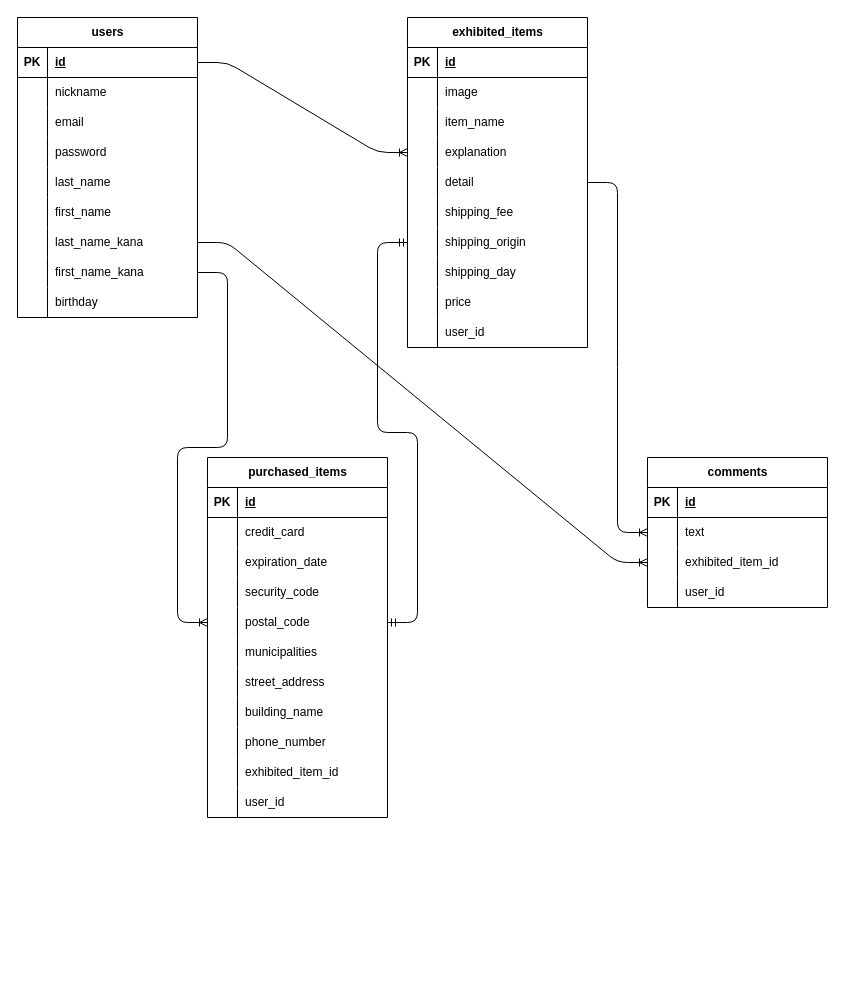
This is test.dio from nekko-master/furima-46193, a draw.io file, before an edit. Source tidied: cells renumbered, new cells numbered last; positions are measured from the earlier drawing's top-left corner, leaving out a move shared by most shapes. Both pictures are drawn from the tidied source at 100%, with x=0, y=0 at pixel (-13, 17).
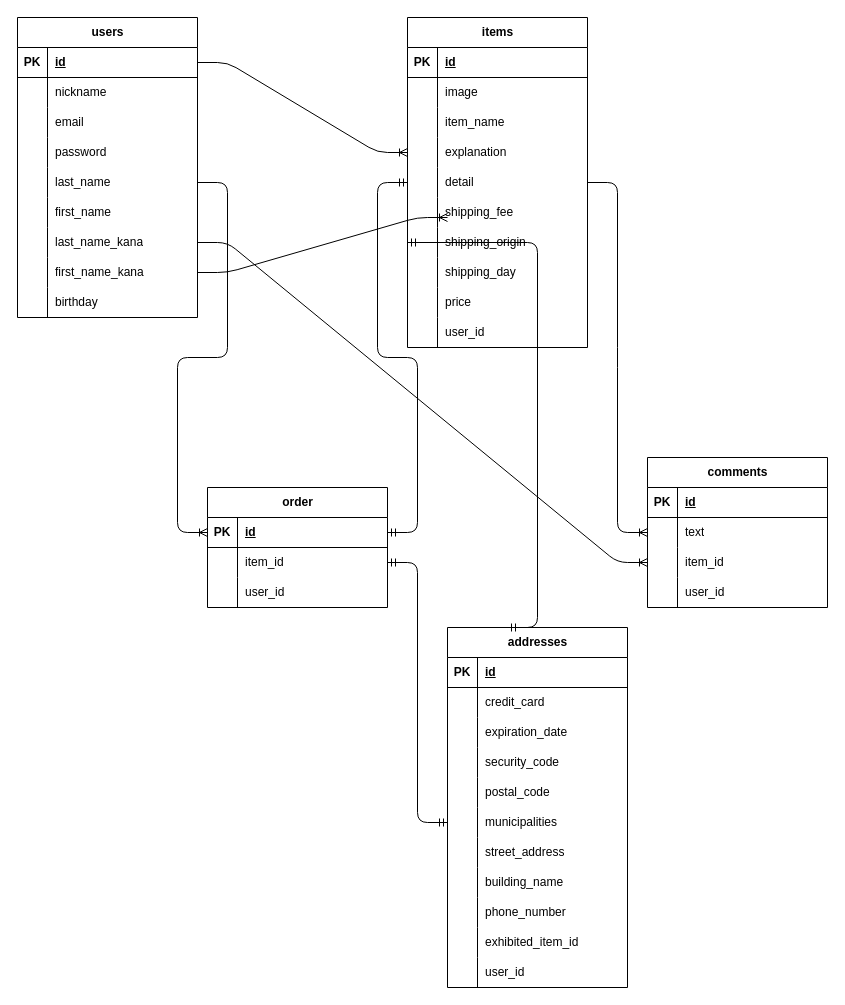
The same page after the edit.

Commit message (it also covers changes not shown here):
データベース設計_1回目修正

Unchanged cells that the change refers to:
```xml
<mxCell id="15" style="shape=tableRow;horizontal=0;startSize=0;swimlaneHead=0;swimlaneBody=0;fillColor=none;points=[[0,0.5],[1,0.5]];portConstraint=eastwest;top=0;left=0;right=0;bottom=0;" parent="2" vertex="1">
  <mxGeometry y="150" width="180" height="30" as="geometry" />
</mxCell>
<mxCell id="24" style="shape=tableRow;horizontal=0;startSize=0;swimlaneHead=0;swimlaneBody=0;fillColor=none;points=[[0,0.5],[1,0.5]];portConstraint=eastwest;top=0;left=0;right=0;bottom=0;" parent="2" vertex="1">
  <mxGeometry y="240" width="180" height="30" as="geometry" />
</mxCell>
<mxCell id="37" style="shape=tableRow;horizontal=0;startSize=0;swimlaneHead=0;swimlaneBody=0;fillColor=none;points=[[0,0.5],[1,0.5]];portConstraint=eastwest;top=0;left=0;right=0;bottom=0;" parent="30" vertex="1">
  <mxGeometry y="90" width="180" height="30" as="geometry" />
</mxCell>
<mxCell id="56" style="shape=tableRow;horizontal=0;startSize=0;swimlaneHead=0;swimlaneBody=0;fillColor=none;points=[[0,0.5],[1,0.5]];portConstraint=eastwest;top=0;left=0;right=0;bottom=0;" parent="43" vertex="1">
  <mxGeometry y="150" width="180" height="30" as="geometry" />
</mxCell>
<mxCell id="62" style="shape=tableRow;horizontal=0;startSize=0;swimlaneHead=0;swimlaneBody=0;fillColor=none;points=[[0,0.5],[1,0.5]];portConstraint=eastwest;top=0;left=0;right=0;bottom=0;" parent="43" vertex="1">
  <mxGeometry y="210" width="180" height="30" as="geometry" />
</mxCell>
<mxCell id="87" style="shape=tableRow;horizontal=0;startSize=0;swimlaneHead=0;swimlaneBody=0;fillColor=none;points=[[0,0.5],[1,0.5]];portConstraint=eastwest;top=0;left=0;right=0;bottom=0;" parent="74" vertex="1">
  <mxGeometry y="150" width="180" height="30" as="geometry" />
</mxCell>
<mxCell id="90" style="shape=tableRow;horizontal=0;startSize=0;swimlaneHead=0;swimlaneBody=0;fillColor=none;points=[[0,0.5],[1,0.5]];portConstraint=eastwest;top=0;left=0;right=0;bottom=0;" parent="74" vertex="1">
  <mxGeometry y="180" width="180" height="30" as="geometry" />
</mxCell>
```

The edit, as a diff of the source:
```diff
@@
-    <mxCell id="39" value="exhibited_item_id" style="shape=partialRectangle;fillColor=none;top=0;left=0;bottom=0;right=0;align=left;spacingLeft=6;overflow=hidden;whiteSpace=wrap;html=1;" parent="37" vertex="1">
+    <mxCell id="39" value="item_id" style="shape=partialRectangle;fillColor=none;top=0;left=0;bottom=0;right=0;align=left;spacingLeft=6;overflow=hidden;whiteSpace=wrap;html=1;" parent="37" vertex="1">
       <mxGeometry x="30" width="150" height="30" as="geometry" />
     </mxCell>
@@
-    <mxCell id="43" value="exhibited_items" style="shape=table;startSize=30;childLayout=tableLayout;rowLines=0;fontStyle=1;align=center;html=1;" parent="1" vertex="1">
+    <mxCell id="43" value="items" style="shape=table;startSize=30;childLayout=tableLayout;rowLines=0;fontStyle=1;align=center;html=1;" parent="1" vertex="1">
       <mxGeometry x="420" width="180" height="330" as="geometry" />
     </mxCell>
@@
-    <mxCell id="74" value="purchased_items" style="shape=table;startSize=30;childLayout=tableLayout;rowLines=0;fontStyle=1;align=center;html=1;" parent="1" vertex="1">
-      <mxGeometry x="220" y="440" width="180" height="360" as="geometry" />
+    <mxCell id="74" value="addresses" style="shape=table;startSize=30;childLayout=tableLayout;rowLines=0;fontStyle=1;align=center;html=1;" parent="1" vertex="1">
+      <mxGeometry x="460" y="610" width="180" height="360" as="geometry" />
     </mxCell>
@@
-    <mxCell id="109" style="edgeStyle=entityRelationEdgeStyle;fontSize=12;html=1;endArrow=ERoneToMany;entryX=0;entryY=0.5;entryDx=0;entryDy=0;exitX=1;exitY=0.5;exitDx=0;exitDy=0;" parent="1" edge="1" source="24" target="87">
+    <mxCell id="109" style="edgeStyle=entityRelationEdgeStyle;fontSize=12;html=1;endArrow=ERoneToMany;entryX=0;entryY=0.5;entryDx=0;entryDy=0;exitX=1;exitY=0.5;exitDx=0;exitDy=0;" parent="1" edge="1" source="24">
       <mxGeometry relative="1" as="geometry">
+        <mxPoint x="460" y="200" as="targetPoint" />
         <Array as="points">
           <mxPoint x="50" y="180" />
           <mxPoint x="60" y="370" />
           <mxPoint x="40" y="310" />
           <mxPoint x="30" y="300" />
           <mxPoint y="170" />
           <mxPoint x="40" y="270" />
           <mxPoint x="30" y="260" />
           <mxPoint x="40" y="190" />
           <mxPoint x="30" y="390" />
         </Array>
       </mxGeometry>
     </mxCell>
@@
-    <mxCell id="112" style="edgeStyle=entityRelationEdgeStyle;fontSize=12;html=1;endArrow=ERmandOne;startArrow=ERmandOne;exitX=1;exitY=0.5;exitDx=0;exitDy=0;entryX=0;entryY=0.5;entryDx=0;entryDy=0;" parent="1" edge="1" source="87" target="62">
-      <mxGeometry relative="1" as="geometry" />
+    <mxCell id="112" style="edgeStyle=entityRelationEdgeStyle;fontSize=12;html=1;endArrow=ERmandOne;startArrow=ERmandOne;exitX=1;exitY=0.5;exitDx=0;exitDy=0;entryX=0;entryY=0.5;entryDx=0;entryDy=0;" parent="1" edge="1" target="62">
+      <mxGeometry relative="1" as="geometry">
+        <mxPoint x="520" y="610" as="sourcePoint" />
+      </mxGeometry>
     </mxCell>
+    <mxCell id="113" value="order" style="shape=table;startSize=30;childLayout=tableLayout;rowLines=0;fontStyle=1;align=center;html=1;" parent="1" vertex="1">
+      <mxGeometry x="220" y="470" width="180" height="120" as="geometry" />
+    </mxCell>
+    <mxCell id="114" style="shape=tableRow;horizontal=0;startSize=0;swimlaneHead=0;swimlaneBody=0;fillColor=none;points=[[0,0.5],[1,0.5]];portConstraint=eastwest;top=0;left=0;right=0;bottom=1;" parent="113" vertex="1">
+      <mxGeometry y="30" width="180" height="30" as="geometry" />
+    </mxCell>
+    <mxCell id="115" value="PK" style="shape=partialRectangle;fillColor=none;top=0;left=0;bottom=0;right=0;fontStyle=1;overflow=hidden;whiteSpace=wrap;html=1;" parent="114" vertex="1">
+      <mxGeometry width="30" height="30" as="geometry" />
+    </mxCell>
+    <mxCell id="116" value="id" style="shape=partialRectangle;fillColor=none;top=0;left=0;bottom=0;right=0;align=left;spacingLeft=6;fontStyle=5;overflow=hidden;whiteSpace=wrap;html=1;" parent="114" vertex="1">
+      <mxGeometry x="30" width="150" height="30" as="geometry" />
+    </mxCell>
+    <mxCell id="117" style="shape=tableRow;horizontal=0;startSize=0;swimlaneHead=0;swimlaneBody=0;fillColor=none;points=[[0,0.5],[1,0.5]];portConstraint=eastwest;top=0;left=0;right=0;bottom=0;" parent="113" vertex="1">
+      <mxGeometry y="60" width="180" height="30" as="geometry" />
+    </mxCell>
+    <mxCell id="118" style="shape=partialRectangle;fillColor=none;top=0;left=0;bottom=0;right=0;overflow=hidden;whiteSpace=wrap;html=1;" parent="117" vertex="1">
+      <mxGeometry width="30" height="30" as="geometry" />
+    </mxCell>
+    <mxCell id="119" value="&lt;span style=&quot;color: rgb(0, 0, 0);&quot;&gt;item_id&lt;/span&gt;" style="shape=partialRectangle;fillColor=none;top=0;left=0;bottom=0;right=0;align=left;spacingLeft=6;overflow=hidden;whiteSpace=wrap;html=1;" parent="117" vertex="1">
+      <mxGeometry x="30" width="150" height="30" as="geometry" />
+    </mxCell>
+    <mxCell id="120" style="shape=tableRow;horizontal=0;startSize=0;swimlaneHead=0;swimlaneBody=0;fillColor=none;top=0;left=0;right=0;bottom=0;" parent="113" vertex="1">
+      <mxGeometry y="90" width="180" height="30" as="geometry" />
+    </mxCell>
+    <mxCell id="121" style="shape=partialRectangle;fillColor=none;top=0;left=0;bottom=0;right=0;overflow=hidden;whiteSpace=wrap;html=1;" parent="120" vertex="1">
+      <mxGeometry width="30" height="30" as="geometry" />
+    </mxCell>
+    <mxCell id="122" value="&lt;span style=&quot;color: rgb(0, 0, 0);&quot;&gt;user_id&lt;/span&gt;" style="shape=partialRectangle;fillColor=none;top=0;left=0;bottom=0;right=0;align=left;spacingLeft=6;overflow=hidden;whiteSpace=wrap;html=1;" parent="120" vertex="1">
+      <mxGeometry x="30" width="150" height="30" as="geometry" />
+    </mxCell>
+    <mxCell id="123" style="edgeStyle=entityRelationEdgeStyle;fontSize=12;html=1;endArrow=ERmandOne;startArrow=ERmandOne;entryX=1;entryY=0.5;entryDx=0;entryDy=0;exitX=0;exitY=0.5;exitDx=0;exitDy=0;" parent="1" edge="1" source="90" target="117">
+      <mxGeometry relative="1" as="geometry">
+        <Array as="points">
+          <mxPoint x="270" y="960" />
+        </Array>
+      </mxGeometry>
+    </mxCell>
+    <mxCell id="124" style="edgeStyle=entityRelationEdgeStyle;fontSize=12;html=1;endArrow=ERmandOne;startArrow=ERmandOne;exitX=1;exitY=0.5;exitDx=0;exitDy=0;entryX=0;entryY=0.5;entryDx=0;entryDy=0;" parent="1" edge="1" source="114" target="56">
+      <mxGeometry relative="1" as="geometry" />
+    </mxCell>
+    <mxCell id="125" style="edgeStyle=entityRelationEdgeStyle;fontSize=12;html=1;endArrow=ERoneToMany;exitX=1;exitY=0.5;exitDx=0;exitDy=0;entryX=0;entryY=0.5;entryDx=0;entryDy=0;" parent="1" edge="1" source="15" target="114">
+      <mxGeometry relative="1" as="geometry" />
+    </mxCell>
```
